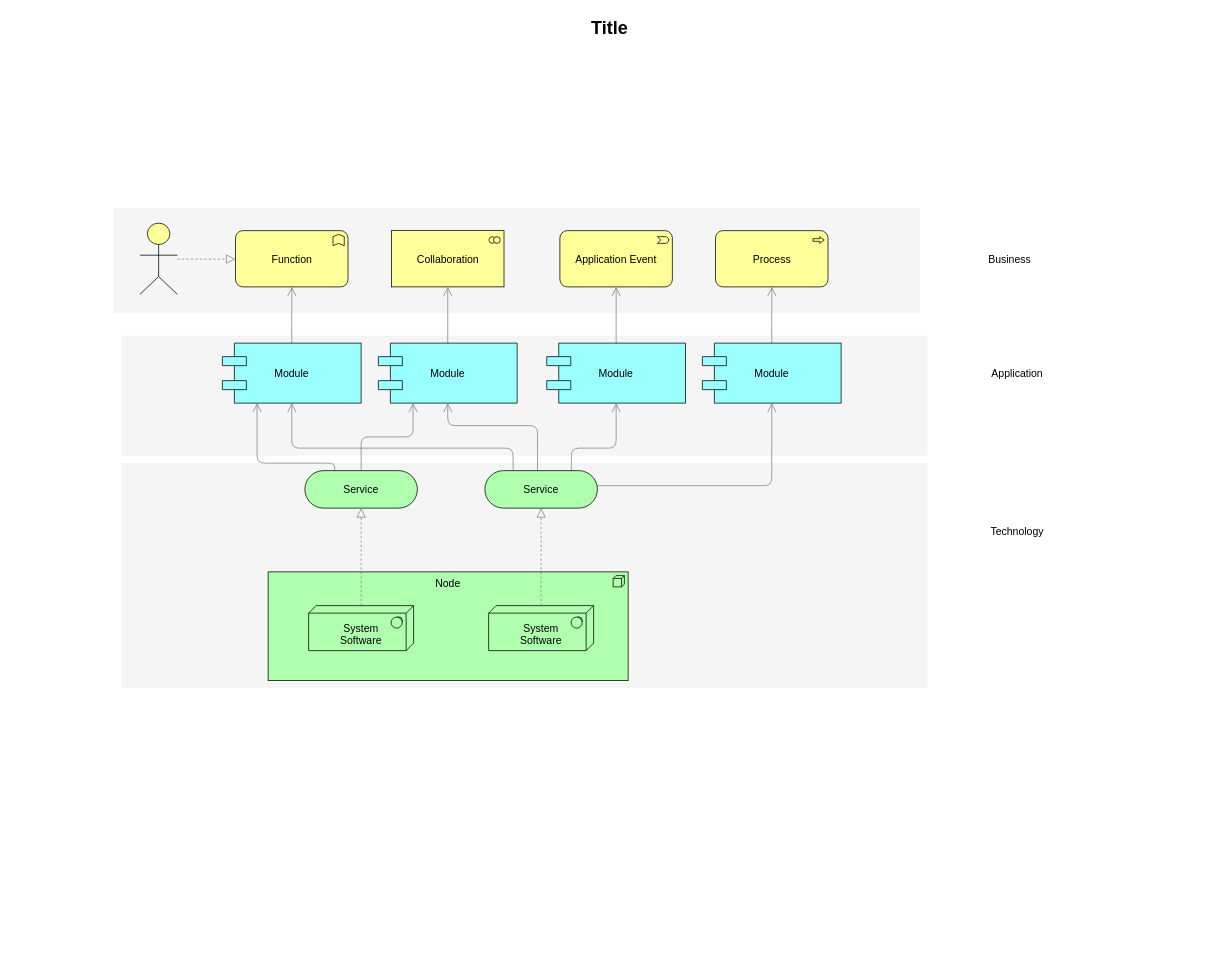
Before: bsherfinal.drawio in MatteoYang2002/drawio, a draw.io diagram. Source tidied: cells renumbered, new cells numbered last; positions are measured from the earlier drawing's top-left corner, leaving out a move shared by most shapes. Both pictures are drawn from the tidied source at 75%, with x=0, y=0 at pixel (13, 13).
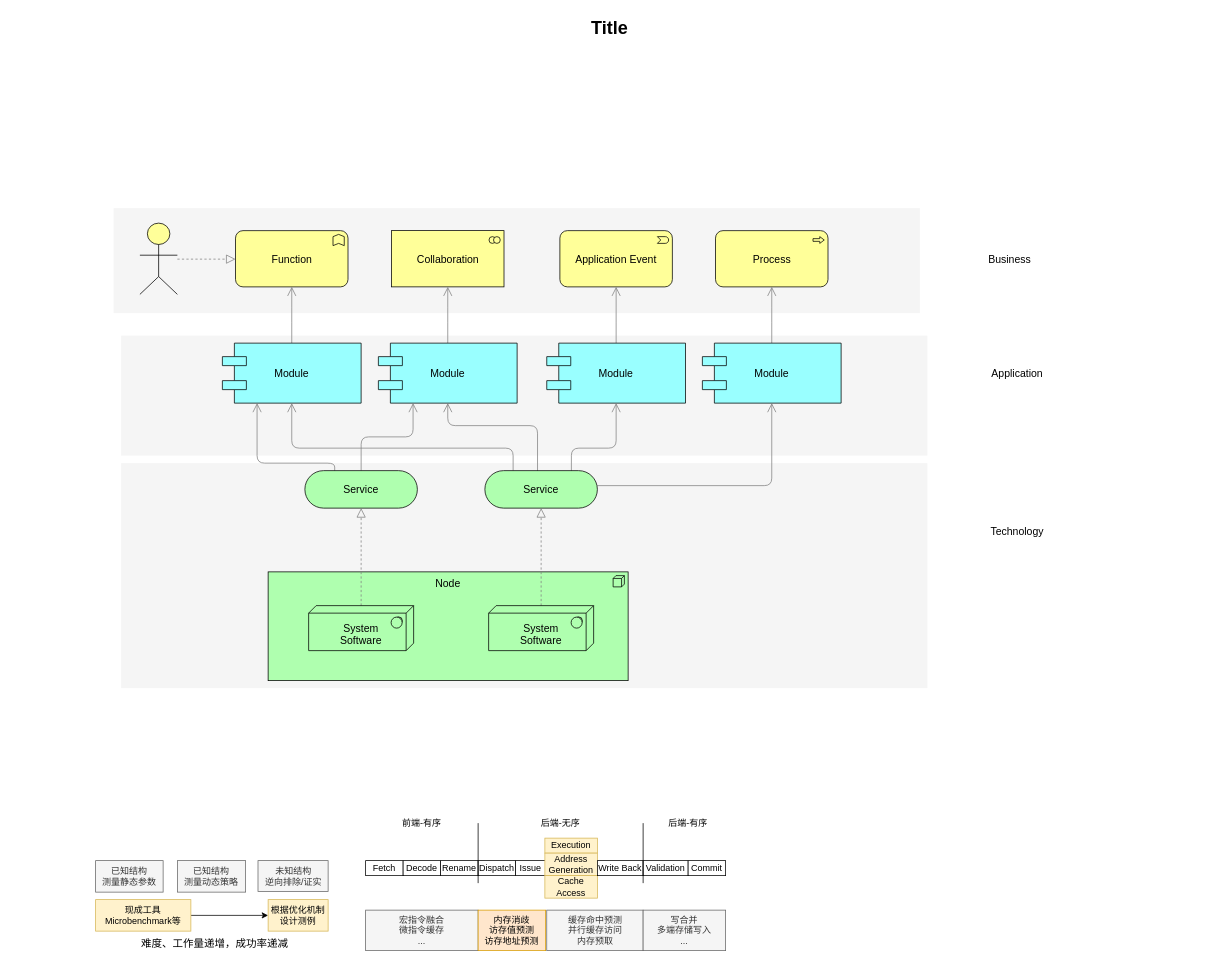
The same diagram, later.

Diff of the diagram source:
```diff
@@
+    <mxCell id="36" value="已知结构&lt;div&gt;测量静态参数&lt;/div&gt;" style="rounded=0;whiteSpace=wrap;html=1;fillColor=#f5f5f5;strokeColor=#666666;fontColor=#333333;" parent="1" vertex="1">
+      <mxGeometry x="110" y="1130" width="90" height="42" as="geometry" />
+    </mxCell>
+    <mxCell id="37" value="已知结构&lt;div&gt;测量动态策略&lt;/div&gt;" style="rounded=0;whiteSpace=wrap;html=1;fillColor=#f5f5f5;strokeColor=#666666;fontColor=#333333;" parent="1" vertex="1">
+      <mxGeometry x="219" y="1130" width="91" height="42" as="geometry" />
+    </mxCell>
+    <mxCell id="38" value="未知结构&lt;div&gt;逆向排除/证实&lt;/div&gt;" style="rounded=0;whiteSpace=wrap;html=1;fillColor=#f5f5f5;strokeColor=#666666;fontColor=#333333;" parent="1" vertex="1">
+      <mxGeometry x="326.5" y="1130" width="93.5" height="41" as="geometry" />
+    </mxCell>
+    <mxCell id="39" value="&lt;font style=&quot;font-size: 14px;&quot;&gt;难度、工作量递增，成功率递减&lt;/font&gt;" style="text;html=1;align=center;verticalAlign=middle;whiteSpace=wrap;rounded=0;" parent="1" vertex="1">
+      <mxGeometry x="129" y="1226" width="280" height="30" as="geometry" />
+    </mxCell>
+    <mxCell id="40" style="edgeStyle=orthogonalEdgeStyle;rounded=0;jettySize=auto;html=1;exitX=1;exitY=0.5;exitDx=0;exitDy=0;" parent="1" edge="1" source="41" target="42">
+      <mxGeometry relative="1" as="geometry" />
+    </mxCell>
+    <mxCell id="41" value="现成工具&lt;br&gt;Microbenchmark等" style="rounded=0;whiteSpace=wrap;html=1;fillColor=#fff2cc;strokeColor=#d6b656;" parent="1" vertex="1">
+      <mxGeometry x="110" y="1182" width="127" height="42" as="geometry" />
+    </mxCell>
+    <mxCell id="42" value="根据优化机制&lt;div&gt;设计测例&lt;/div&gt;" style="rounded=0;whiteSpace=wrap;html=1;fillColor=#fff2cc;strokeColor=#d6b656;" parent="1" vertex="1">
+      <mxGeometry x="340" y="1182" width="80" height="42" as="geometry" />
+    </mxCell>
+    <mxCell id="43" value="Fetch" style="rounded=0;whiteSpace=wrap;html=1;" parent="1" vertex="1">
+      <mxGeometry x="470" y="1130" width="50" height="20" as="geometry" />
+    </mxCell>
+    <mxCell id="44" value="Decode" style="rounded=0;whiteSpace=wrap;html=1;" parent="1" vertex="1">
+      <mxGeometry x="520" y="1130" width="50" height="20" as="geometry" />
+    </mxCell>
+    <mxCell id="45" value="Rename" style="rounded=0;whiteSpace=wrap;html=1;" parent="1" vertex="1">
+      <mxGeometry x="570" y="1130" width="50" height="20" as="geometry" />
+    </mxCell>
+    <mxCell id="46" value="Dispatch" style="rounded=0;whiteSpace=wrap;html=1;" parent="1" vertex="1">
+      <mxGeometry x="620" y="1130" width="50" height="20" as="geometry" />
+    </mxCell>
+    <mxCell id="47" value="Issue" style="rounded=0;whiteSpace=wrap;html=1;" parent="1" vertex="1">
+      <mxGeometry x="670" y="1130" width="40" height="20" as="geometry" />
+    </mxCell>
+    <mxCell id="48" value="Execution" style="rounded=0;whiteSpace=wrap;html=1;fillColor=#fff2cc;strokeColor=#d6b656;" parent="1" vertex="1">
+      <mxGeometry x="709" y="1100" width="70" height="20" as="geometry" />
+    </mxCell>
+    <mxCell id="49" value="Address Generation" style="rounded=0;whiteSpace=wrap;html=1;fillColor=#fff2cc;strokeColor=#d6b656;" parent="1" vertex="1">
+      <mxGeometry x="709" y="1120" width="70" height="30" as="geometry" />
+    </mxCell>
+    <mxCell id="50" value="Cache&lt;div&gt;Access&lt;/div&gt;" style="rounded=0;whiteSpace=wrap;html=1;fillColor=#fff2cc;strokeColor=#d6b656;" parent="1" vertex="1">
+      <mxGeometry x="709" y="1150" width="70" height="30" as="geometry" />
+    </mxCell>
+    <mxCell id="51" value="Write Back" style="rounded=0;whiteSpace=wrap;html=1;" parent="1" vertex="1">
+      <mxGeometry x="779" y="1130" width="61" height="20" as="geometry" />
+    </mxCell>
+    <mxCell id="52" value="Validation" style="rounded=0;whiteSpace=wrap;html=1;" parent="1" vertex="1">
+      <mxGeometry x="840" y="1130" width="60" height="20" as="geometry" />
+    </mxCell>
+    <mxCell id="53" value="Commit" style="rounded=0;whiteSpace=wrap;html=1;" parent="1" vertex="1">
+      <mxGeometry x="900" y="1130" width="50" height="20" as="geometry" />
+    </mxCell>
+    <mxCell id="54" style="endArrow=none;html=1;rounded=0;" parent="1" edge="1">
+      <mxGeometry relative="1" as="geometry">
+        <mxPoint x="620" y="1160" as="sourcePoint" />
+        <mxPoint x="620" y="1080" as="targetPoint" />
+      </mxGeometry>
+    </mxCell>
+    <mxCell id="55" style="endArrow=none;html=1;rounded=0;" parent="1" edge="1">
+      <mxGeometry relative="1" as="geometry">
+        <mxPoint x="840" y="1160" as="sourcePoint" />
+        <mxPoint x="840" y="1080" as="targetPoint" />
+      </mxGeometry>
+    </mxCell>
+    <mxCell id="56" value="前端-有序" style="text;html=1;align=center;verticalAlign=middle;whiteSpace=wrap;rounded=0;" parent="1" vertex="1">
+      <mxGeometry x="515" y="1070" width="60" height="20" as="geometry" />
+    </mxCell>
+    <mxCell id="57" value="后端-无序" style="text;html=1;align=center;verticalAlign=middle;whiteSpace=wrap;rounded=0;" parent="1" vertex="1">
+      <mxGeometry x="700" y="1070" width="60" height="20" as="geometry" />
+    </mxCell>
+    <mxCell id="58" value="后端-有序" style="text;html=1;align=center;verticalAlign=middle;whiteSpace=wrap;rounded=0;" parent="1" vertex="1">
+      <mxGeometry x="870" y="1070" width="60" height="20" as="geometry" />
+    </mxCell>
+    <mxCell id="59" value="宏指令融合&lt;div&gt;微指令缓存&lt;/div&gt;&lt;div&gt;...&lt;/div&gt;" style="rounded=0;whiteSpace=wrap;html=1;fillColor=#f5f5f5;fontColor=#333333;strokeColor=#666666;" parent="1" vertex="1">
+      <mxGeometry x="470" y="1196" width="150" height="54" as="geometry" />
+    </mxCell>
+    <mxCell id="60" value="内存消歧&lt;div&gt;&lt;span style=&quot;background-color: transparent; color: light-dark(rgb(0, 0, 0), rgb(255, 255, 255));&quot;&gt;访存值预测&lt;/span&gt;&lt;/div&gt;&lt;div&gt;访存地址预测&lt;/div&gt;" style="rounded=0;whiteSpace=wrap;html=1;fillColor=#ffe6cc;strokeColor=#d79b00;" parent="1" vertex="1">
+      <mxGeometry x="620" y="1196" width="90" height="54" as="geometry" />
+    </mxCell>
+    <mxCell id="61" value="缓存命中预测&lt;div&gt;并行缓存访问&lt;/div&gt;&lt;div&gt;内存预取&lt;/div&gt;" style="rounded=0;whiteSpace=wrap;html=1;fillColor=#f5f5f5;fontColor=#333333;strokeColor=#666666;" parent="1" vertex="1">
+      <mxGeometry x="711.5" y="1196" width="128.5" height="54" as="geometry" />
+    </mxCell>
+    <mxCell id="62" value="写合并&lt;div&gt;多端存储写入&lt;/div&gt;&lt;div&gt;...&lt;/div&gt;" style="rounded=0;whiteSpace=wrap;html=1;fillColor=#f5f5f5;fontColor=#333333;strokeColor=#666666;" parent="1" vertex="1">
+      <mxGeometry x="840" y="1196" width="110" height="54" as="geometry" />
+    </mxCell>
```
